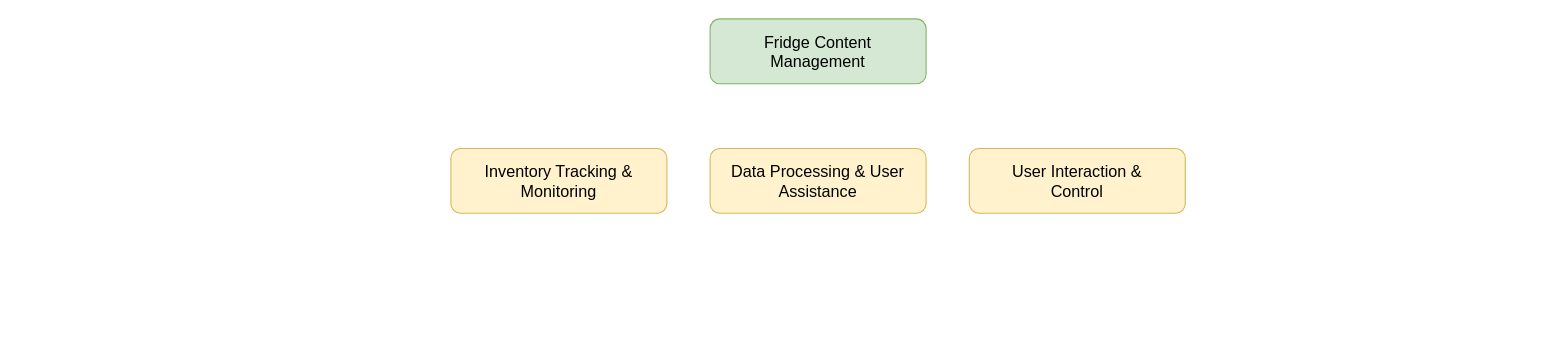
The draw.io diagram PBL5-FunctionalDecomposition.drawio in lukas0173/Draw.io, before the edit. Source tidied: cells renumbered, new cells numbered last; positions are measured from the earlier drawing's top-left corner, leaving out a move shared by most shapes. Both pictures are drawn from the tidied source at 108%, with x=0, y=0 at pixel (450, 18).
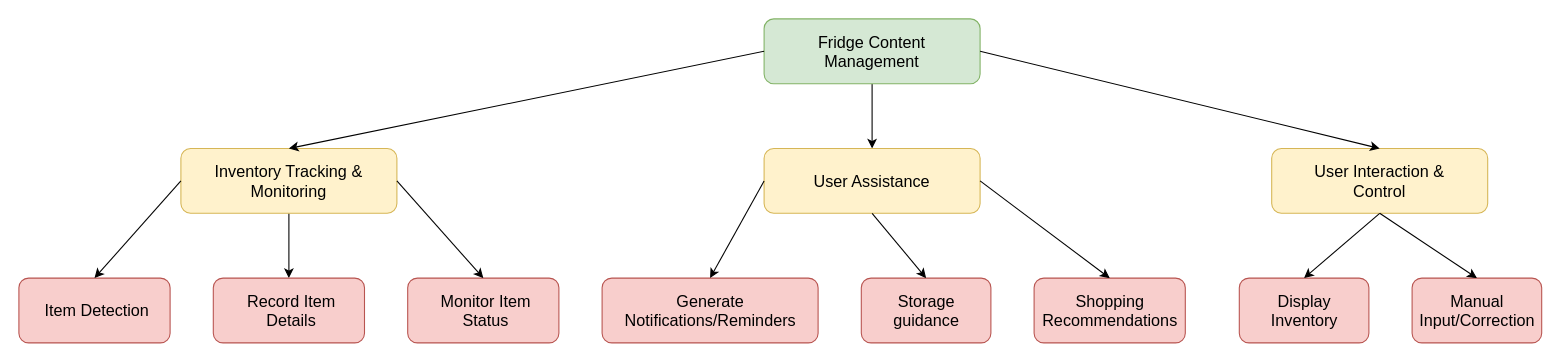
After the change.

What changed in the source:
```diff
@@
+    <mxCell id="10" style="edgeStyle=orthogonalEdgeStyle;rounded=0;jettySize=auto;html=1;entryX=0.5;entryY=0;entryDx=0;entryDy=0;" parent="1" edge="1" source="2" target="5">
+      <mxGeometry relative="1" as="geometry" />
+    </mxCell>
     <mxCell id="2" style="rounded=1;whiteSpace=wrap;html=1;fillColor=#d5e8d4;strokeColor=#82b366;" parent="1" vertex="1">
-      <mxGeometry x="240" width="200" height="60" as="geometry" />
+      <mxGeometry x="290" width="200" height="60" as="geometry" />
     </mxCell>
     <mxCell id="3" value="Fridge Content Management" style="text;whiteSpace=wrap;verticalAlign=middle;align=center;fontSize=15;" parent="1" vertex="1">
-      <mxGeometry x="255" y="10" width="170" height="40" as="geometry" />
+      <mxGeometry x="305" y="10" width="170" height="40" as="geometry" />
     </mxCell>
+    <mxCell id="11" style="edgeStyle=orthogonalEdgeStyle;rounded=0;jettySize=auto;html=1;entryX=0.5;entryY=0;entryDx=0;entryDy=0;" parent="1" edge="1" source="4" target="14">
+      <mxGeometry relative="1" as="geometry" />
+    </mxCell>
     <mxCell id="4" style="rounded=1;whiteSpace=wrap;html=1;fillColor=#fff2cc;strokeColor=#d6b656;" parent="1" vertex="1">
-      <mxGeometry y="120" width="200" height="60" as="geometry" />
+      <mxGeometry x="-250" y="120" width="200" height="60" as="geometry" />
     </mxCell>
     <mxCell id="5" style="rounded=1;whiteSpace=wrap;html=1;fillColor=#fff2cc;strokeColor=#d6b656;" parent="1" vertex="1">
-      <mxGeometry x="240" y="120" width="200" height="60" as="geometry" />
+      <mxGeometry x="290" y="120" width="200" height="60" as="geometry" />
     </mxCell>
     <mxCell id="6" style="rounded=1;whiteSpace=wrap;html=1;fillColor=#fff2cc;strokeColor=#d6b656;" parent="1" vertex="1">
-      <mxGeometry x="480" y="120" width="200" height="60" as="geometry" />
+      <mxGeometry x="760" y="120" width="200" height="60" as="geometry" />
     </mxCell>
     <mxCell id="7" value="Inventory Tracking &amp; Monitoring" style="text;whiteSpace=wrap;verticalAlign=middle;align=center;fontSize=15;" parent="1" vertex="1">
-      <mxGeometry x="15" y="130" width="170" height="40" as="geometry" />
+      <mxGeometry x="-235" y="130" width="170" height="40" as="geometry" />
     </mxCell>
-    <mxCell id="8" value="Data Processing &amp; User Assistance" style="text;whiteSpace=wrap;verticalAlign=middle;align=center;fontSize=15;" parent="1" vertex="1">
-      <mxGeometry x="255" y="130" width="170" height="40" as="geometry" />
+    <mxCell id="8" value="User Assistance" style="text;whiteSpace=wrap;verticalAlign=middle;align=center;fontSize=15;" parent="1" vertex="1">
+      <mxGeometry x="305" y="130" width="170" height="40" as="geometry" />
     </mxCell>
     <mxCell id="9" value="User Interaction &amp; Control" style="text;whiteSpace=wrap;verticalAlign=middle;align=center;fontSize=15;" parent="1" vertex="1">
-      <mxGeometry x="495" y="130" width="170" height="40" as="geometry" />
+      <mxGeometry x="775" y="130" width="170" height="40" as="geometry" />
     </mxCell>
+    <mxCell id="12" style="rounded=1;whiteSpace=wrap;html=1;fillColor=#f8cecc;strokeColor=#b85450;" parent="1" vertex="1">
+      <mxGeometry x="-400" y="240" width="140" height="60" as="geometry" />
+    </mxCell>
+    <mxCell id="13" value="Item Detection" style="text;whiteSpace=wrap;verticalAlign=middle;align=center;fontSize=15;" parent="1" vertex="1">
+      <mxGeometry x="-385" y="250" width="115" height="40" as="geometry" />
+    </mxCell>
+    <mxCell id="14" style="rounded=1;whiteSpace=wrap;html=1;fillColor=#f8cecc;strokeColor=#b85450;" parent="1" vertex="1">
+      <mxGeometry x="-220" y="240" width="140" height="60" as="geometry" />
+    </mxCell>
+    <mxCell id="15" value="Record Item Details" style="text;whiteSpace=wrap;verticalAlign=middle;align=center;fontSize=15;" parent="1" vertex="1">
+      <mxGeometry x="-205" y="250" width="115" height="40" as="geometry" />
+    </mxCell>
+    <mxCell id="16" style="rounded=1;whiteSpace=wrap;html=1;fillColor=#f8cecc;strokeColor=#b85450;" parent="1" vertex="1">
+      <mxGeometry x="-40" y="240" width="140" height="60" as="geometry" />
+    </mxCell>
+    <mxCell id="17" value="Monitor Item Status" style="text;whiteSpace=wrap;verticalAlign=middle;align=center;fontSize=15;" parent="1" vertex="1">
+      <mxGeometry x="-25" y="250" width="115" height="40" as="geometry" />
+    </mxCell>
+    <mxCell id="18" style="rounded=1;whiteSpace=wrap;html=1;fillColor=#f8cecc;strokeColor=#b85450;" parent="1" vertex="1">
+      <mxGeometry x="140" y="240" width="200" height="60" as="geometry" />
+    </mxCell>
+    <mxCell id="19" value="Generate Notifications/Reminders" style="text;whiteSpace=wrap;verticalAlign=middle;align=center;fontSize=15;" parent="1" vertex="1">
+      <mxGeometry x="182.5" y="250" width="115" height="40" as="geometry" />
+    </mxCell>
+    <mxCell id="20" style="rounded=1;whiteSpace=wrap;html=1;fillColor=#f8cecc;strokeColor=#b85450;" parent="1" vertex="1">
+      <mxGeometry x="380" y="240" width="120" height="60" as="geometry" />
+    </mxCell>
+    <mxCell id="21" value="Storage guidance" style="text;whiteSpace=wrap;verticalAlign=middle;align=center;fontSize=15;" parent="1" vertex="1">
+      <mxGeometry x="382.5" y="250" width="115" height="40" as="geometry" />
+    </mxCell>
+    <mxCell id="22" style="rounded=1;whiteSpace=wrap;html=1;fillColor=#f8cecc;strokeColor=#b85450;" parent="1" vertex="1">
+      <mxGeometry x="540" y="240" width="140" height="60" as="geometry" />
+    </mxCell>
+    <mxCell id="23" value="Shopping Recommendations" style="text;whiteSpace=wrap;verticalAlign=middle;align=center;fontSize=15;" parent="1" vertex="1">
+      <mxGeometry x="552.5" y="250" width="115" height="40" as="geometry" />
+    </mxCell>
+    <mxCell id="24" style="rounded=1;whiteSpace=wrap;html=1;fillColor=#f8cecc;strokeColor=#b85450;" parent="1" vertex="1">
+      <mxGeometry x="730" y="240" width="120" height="60" as="geometry" />
+    </mxCell>
+    <mxCell id="25" value="Display Inventory" style="text;whiteSpace=wrap;verticalAlign=middle;align=center;fontSize=15;" parent="1" vertex="1">
+      <mxGeometry x="732.5" y="250" width="115" height="40" as="geometry" />
+    </mxCell>
+    <mxCell id="26" style="rounded=1;whiteSpace=wrap;html=1;fillColor=#f8cecc;strokeColor=#b85450;" parent="1" vertex="1">
+      <mxGeometry x="890" y="240" width="120" height="60" as="geometry" />
+    </mxCell>
+    <mxCell id="27" value="Manual Input/Correction" style="text;whiteSpace=wrap;verticalAlign=middle;align=center;fontSize=15;" parent="1" vertex="1">
+      <mxGeometry x="892.5" y="250" width="115" height="40" as="geometry" />
+    </mxCell>
+    <mxCell id="28" style="endArrow=classic;html=1;rounded=0;exitX=0;exitY=0.5;exitDx=0;exitDy=0;entryX=0.5;entryY=0;entryDx=0;entryDy=0;" parent="1" edge="1" source="2" target="4">
+      <mxGeometry relative="1" as="geometry" />
+    </mxCell>
+    <mxCell id="29" style="endArrow=classic;html=1;rounded=0;exitX=1;exitY=0.5;exitDx=0;exitDy=0;entryX=0.5;entryY=0;entryDx=0;entryDy=0;" parent="1" edge="1" source="2" target="6">
+      <mxGeometry relative="1" as="geometry" />
+    </mxCell>
+    <mxCell id="30" style="endArrow=classic;html=1;rounded=0;exitX=0;exitY=0.5;exitDx=0;exitDy=0;entryX=0.5;entryY=0;entryDx=0;entryDy=0;" parent="1" edge="1" source="4" target="12">
+      <mxGeometry relative="1" as="geometry" />
+    </mxCell>
+    <mxCell id="31" style="endArrow=classic;html=1;rounded=0;exitX=1;exitY=0.5;exitDx=0;exitDy=0;entryX=0.5;entryY=0;entryDx=0;entryDy=0;" parent="1" edge="1" source="4" target="16">
+      <mxGeometry relative="1" as="geometry" />
+    </mxCell>
+    <mxCell id="32" style="endArrow=classic;html=1;rounded=0;exitX=0;exitY=0.5;exitDx=0;exitDy=0;entryX=0.5;entryY=0;entryDx=0;entryDy=0;" parent="1" edge="1" source="5" target="18">
+      <mxGeometry relative="1" as="geometry" />
+    </mxCell>
+    <mxCell id="33" style="endArrow=classic;html=1;rounded=0;exitX=0.5;exitY=1;exitDx=0;exitDy=0;entryX=0.5;entryY=0;entryDx=0;entryDy=0;" parent="1" edge="1" source="5" target="20">
+      <mxGeometry relative="1" as="geometry" />
+    </mxCell>
+    <mxCell id="34" style="endArrow=classic;html=1;rounded=0;exitX=1;exitY=0.5;exitDx=0;exitDy=0;entryX=0.5;entryY=0;entryDx=0;entryDy=0;" parent="1" edge="1" source="5" target="22">
+      <mxGeometry relative="1" as="geometry" />
+    </mxCell>
+    <mxCell id="35" style="endArrow=classic;html=1;rounded=0;exitX=0.5;exitY=1;exitDx=0;exitDy=0;entryX=0.5;entryY=0;entryDx=0;entryDy=0;" parent="1" edge="1" source="6" target="24">
+      <mxGeometry relative="1" as="geometry" />
+    </mxCell>
+    <mxCell id="36" style="endArrow=classic;html=1;rounded=0;exitX=0.5;exitY=1;exitDx=0;exitDy=0;entryX=0.5;entryY=0;entryDx=0;entryDy=0;" parent="1" edge="1" source="6" target="26">
+      <mxGeometry relative="1" as="geometry" />
+    </mxCell>
```
